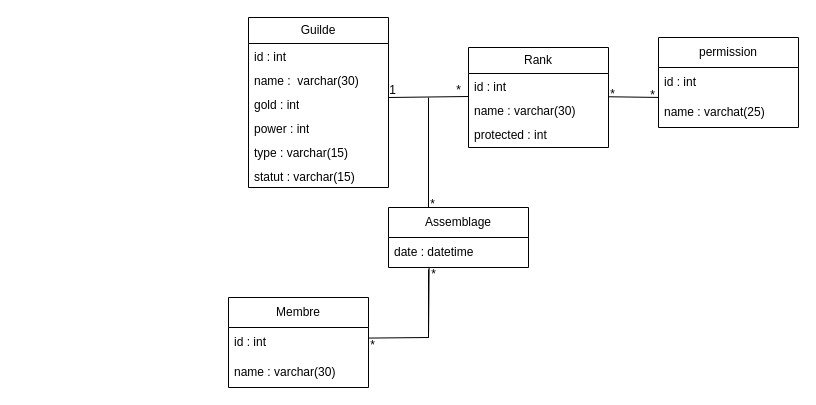
Before: Diagramme sans nom.drawio in silverhawks1010/gmod_guildsystem, a draw.io diagram. Source tidied: cells renumbered, new cells numbered last; positions are measured from the earlier drawing's top-left corner, leaving out a move shared by most shapes. Both pictures are drawn from the tidied source at 100%, with x=0, y=0 at pixel (228, 17).
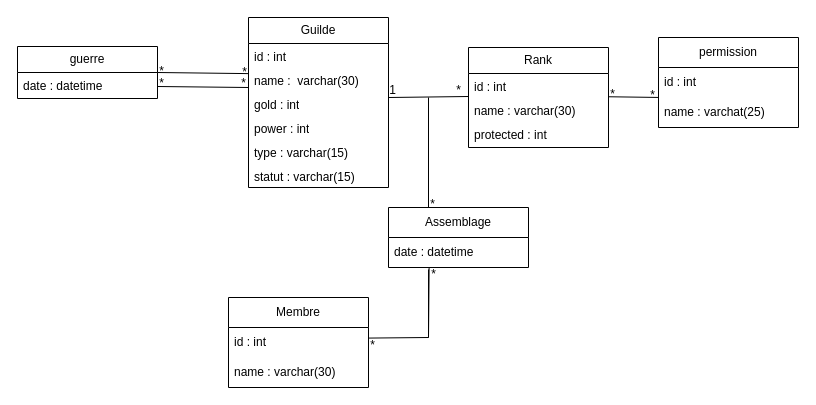
The same diagram, later.

Commit message (it also covers changes not shown here):
Mettre à jour Diagramme sans nom.drawio

The change refers to these unchanged cells:
```xml
<mxCell id="4" value="name :&amp;nbsp; varchar(30)" style="text;strokeColor=none;fillColor=none;align=left;verticalAlign=top;spacingLeft=4;spacingRight=4;overflow=hidden;points=[[0,0.5],[1,0.5]];portConstraint=eastwest;whiteSpace=wrap;html=1;" parent="2" vertex="1">
  <mxGeometry y="50" width="140" height="24" as="geometry" />
</mxCell>
```

Change to the diagram source:
```diff
@@
+    <mxCell id="34" value="guerre" style="swimlane;fontStyle=0;horizontal=1;startSize=26;fillColor=none;whiteSpace=wrap;html=1;" parent="1" vertex="1">
+      <mxGeometry x="-211" y="29" width="140" height="52" as="geometry" />
+    </mxCell>
+    <mxCell id="35" value="date : datetime&lt;br&gt;" style="text;strokeColor=none;fillColor=none;align=left;verticalAlign=top;spacingLeft=4;spacingRight=4;overflow=hidden;whiteSpace=wrap;html=1;" parent="34" vertex="1">
+      <mxGeometry y="26" width="140" height="26" as="geometry" />
+    </mxCell>
+    <mxCell id="36" style="endArrow=none;html=1;rounded=0;exitX=1;exitY=0.5;exitDx=0;exitDy=0;entryX=0;entryY=0.255;entryDx=0;entryDy=0;entryPerimeter=0;" parent="1" edge="1" source="34" target="4">
+      <mxGeometry relative="1" as="geometry" />
+    </mxCell>
+    <mxCell id="37" value="*" style="text;html=1;align=center;verticalAlign=middle;strokeColor=none;fillColor=none;" parent="1" vertex="1">
+      <mxGeometry x="-82" y="39" width="30" height="30" as="geometry" />
+    </mxCell>
+    <mxCell id="38" value="*" style="text;html=1;align=center;verticalAlign=middle;strokeColor=none;fillColor=none;" parent="1" vertex="1">
+      <mxGeometry x="1" y="40" width="30" height="30" as="geometry" />
+    </mxCell>
+    <mxCell id="39" style="endArrow=none;html=1;rounded=0;exitX=1;exitY=0.5;exitDx=0;exitDy=0;entryX=0;entryY=0.255;entryDx=0;entryDy=0;entryPerimeter=0;" parent="1" edge="1">
+      <mxGeometry relative="1" as="geometry">
+        <mxPoint x="-71" y="69" as="sourcePoint" />
+        <mxPoint x="20" y="70" as="targetPoint" />
+      </mxGeometry>
+    </mxCell>
+    <mxCell id="40" value="*" style="text;html=1;align=center;verticalAlign=middle;strokeColor=none;fillColor=none;" parent="1" vertex="1">
+      <mxGeometry x="-82" y="51" width="30" height="30" as="geometry" />
+    </mxCell>
+    <mxCell id="41" value="*" style="text;html=1;align=center;verticalAlign=middle;strokeColor=none;fillColor=none;" parent="1" vertex="1">
+      <mxGeometry y="51" width="30" height="30" as="geometry" />
+    </mxCell>
```
